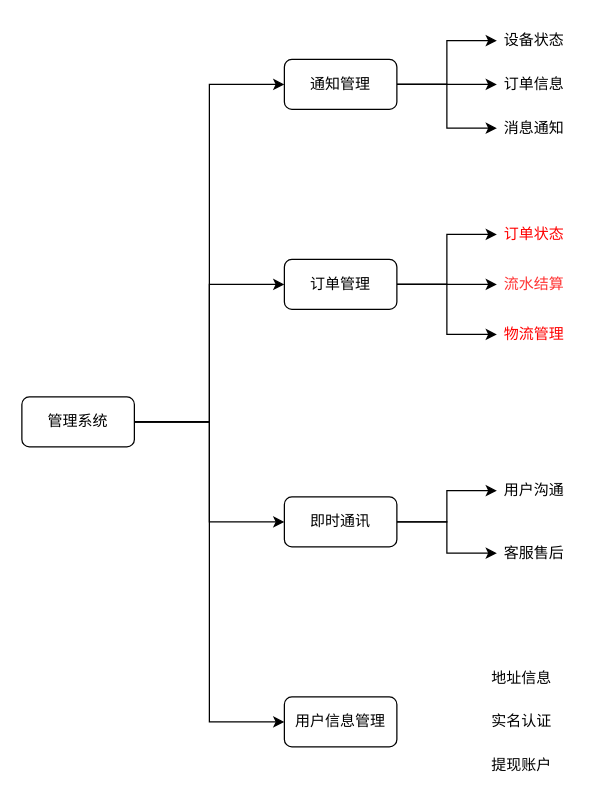
Earlier version of the draw.io diagram page "Page-2" (2 of 2) of Untitled Diagram.drawio (1667/baiduapi). Source tidied: cells renumbered, new cells numbered last; positions are measured from the earlier drawing's top-left corner, leaving out a move shared by most shapes. Both pictures are drawn from the tidied source at 125%, with x=0, y=0 at pixel (21, 21).
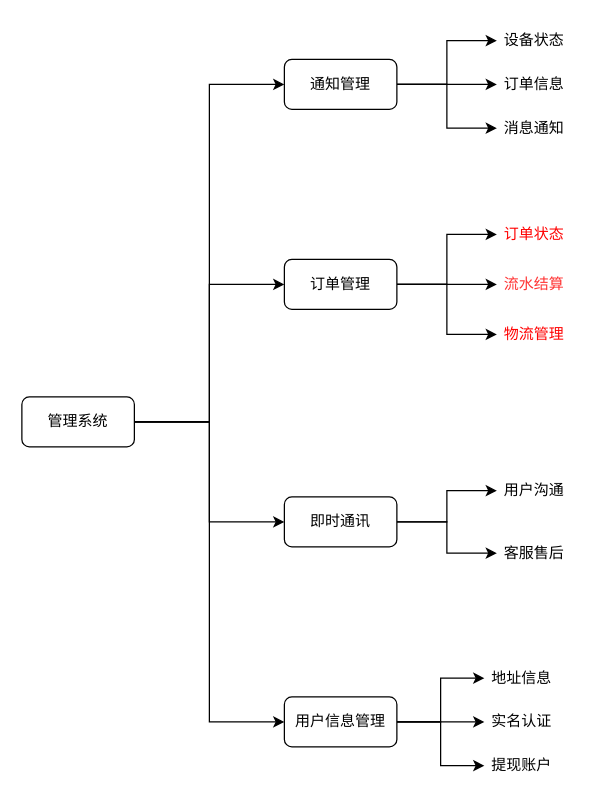
The same page after the edit.

The change refers to these unchanged cells:
```xml
<mxCell id="24" value="&lt;font color=&quot;#000000&quot;&gt;用户信息管理&lt;/font&gt;" style="rounded=1;whiteSpace=wrap;html=1;fontSize=12;fontColor=#FF0000;" parent="1" vertex="1">
  <mxGeometry x="210" y="540" width="90" height="40" as="geometry" />
</mxCell>
<mxCell id="27" value="地址信息" style="text;html=1;strokeColor=none;fillColor=none;align=center;verticalAlign=middle;whiteSpace=wrap;rounded=0;fontSize=12;fontColor=#000000;" parent="1" vertex="1">
  <mxGeometry x="370" y="510" width="60" height="30" as="geometry" />
</mxCell>
<mxCell id="28" value="实名认证" style="text;html=1;strokeColor=none;fillColor=none;align=center;verticalAlign=middle;whiteSpace=wrap;rounded=0;fontSize=12;fontColor=#000000;" parent="1" vertex="1">
  <mxGeometry x="370" y="545" width="60" height="30" as="geometry" />
</mxCell>
<mxCell id="29" value="提现账户" style="text;html=1;strokeColor=none;fillColor=none;align=center;verticalAlign=middle;whiteSpace=wrap;rounded=0;fontSize=12;fontColor=#000000;" parent="1" vertex="1">
  <mxGeometry x="370" y="580" width="60" height="30" as="geometry" />
</mxCell>
```

Diff of the diagram source:
```diff
@@
+    <mxCell id="30" style="edgeStyle=orthogonalEdgeStyle;rounded=0;jettySize=auto;html=1;entryX=0;entryY=0.5;entryDx=0;entryDy=0;" parent="1" edge="1" source="24" target="28">
+      <mxGeometry relative="1" as="geometry" />
+    </mxCell>
+    <mxCell id="31" style="edgeStyle=orthogonalEdgeStyle;rounded=0;jettySize=auto;html=1;" parent="1" edge="1" source="24" target="27">
+      <mxGeometry relative="1" as="geometry" />
+    </mxCell>
+    <mxCell id="32" style="edgeStyle=orthogonalEdgeStyle;rounded=0;jettySize=auto;html=1;entryX=0;entryY=0.5;entryDx=0;entryDy=0;" parent="1" edge="1" source="24" target="29">
+      <mxGeometry relative="1" as="geometry" />
+    </mxCell>
```
